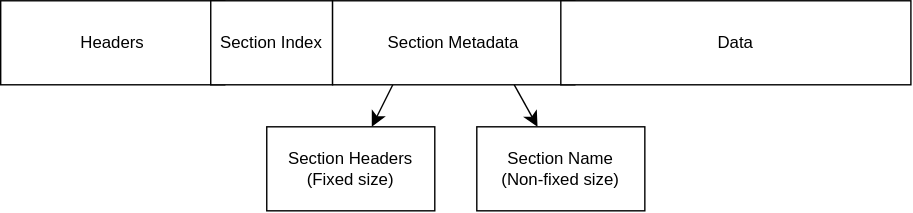
Above: assets/fig-3.2-struct-pke.svg in RainSTR-Studio/proka-docs (draw.io), before the change. Source tidied: cells renumbered, new cells last; positions are measured from the earlier drawing's top-left corner, leaving out a move shared by most shapes.
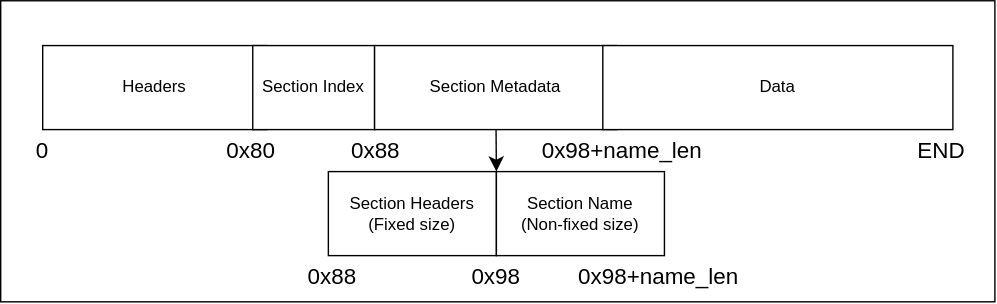
Above is the later version.

Commit message:
feat: updated the note and figures

Change to the diagram source:
```diff
@@ -2,31 +2,53 @@
   <root>
     <mxCell id="0" />
     <mxCell id="1" parent="0" />
+    <mxCell id="10" style="whiteSpace=wrap;html=1;" parent="1" vertex="1">
+      <mxGeometry x="-30" y="-32" width="710" height="215" as="geometry" />
+    </mxCell>
     <mxCell id="2" value="Headers" style="whiteSpace=wrap;html=1;rotation=0;" parent="1" vertex="1">
       <mxGeometry width="160" height="60" as="geometry" />
     </mxCell>
     <mxCell id="3" value="Section Index" style="whiteSpace=wrap;html=1;" parent="1" vertex="1">
       <mxGeometry x="150" width="87" height="60" as="geometry" />
     </mxCell>
-    <mxCell id="4" style="edgeStyle=none;curved=1;rounded=0;curveGeometry=1;jettySize=auto;html=1;fontSize=12;defaultLabelBackgroundColor=page;labelPadding=0 4;startSize=8;endSize=8;" parent="1" edge="1" target="7">
-      <mxGeometry relative="1" as="geometry">
-        <mxPoint x="280" y="60" as="sourcePoint" />
-      </mxGeometry>
-    </mxCell>
+    <mxCell id="6" style="edgeStyle=none;curved=1;rounded=0;curveGeometry=1;jettySize=auto;html=1;fontSize=12;defaultLabelBackgroundColor=page;labelPadding=0 4;startSize=8;endSize=8;entryX=0;entryY=0;entryDx=0;entryDy=0;" parent="1" edge="1" source="5" target="9">
+      <mxGeometry relative="1" as="geometry" />
+    </mxCell>
     <mxCell id="5" value="Section Metadata" style="whiteSpace=wrap;html=1;" parent="1" vertex="1">
       <mxGeometry x="237" width="173" height="60" as="geometry" />
     </mxCell>
-    <mxCell id="6" style="edgeStyle=none;curved=1;rounded=0;curveGeometry=1;jettySize=auto;html=1;fontSize=12;defaultLabelBackgroundColor=page;labelPadding=0 4;startSize=8;endSize=8;exitX=0.75;exitY=1;exitDx=0;exitDy=0;" parent="1" edge="1" source="5" target="9">
-      <mxGeometry relative="1" as="geometry" />
-    </mxCell>
     <mxCell id="7" value="Section Headers&lt;div&gt;(Fixed size)&lt;/div&gt;" style="whiteSpace=wrap;html=1;direction=west;" parent="1" vertex="1">
-      <mxGeometry x="190" y="90" width="120" height="60" as="geometry" />
+      <mxGeometry x="204" y="90" width="120" height="60" as="geometry" />
     </mxCell>
     <mxCell id="8" value="Data" style="whiteSpace=wrap;html=1;" parent="1" vertex="1">
       <mxGeometry x="400" width="250" height="60" as="geometry" />
     </mxCell>
     <mxCell id="9" value="Section Name&lt;div&gt;(Non-fixed size)&lt;/div&gt;" style="whiteSpace=wrap;html=1;" parent="1" vertex="1">
-      <mxGeometry x="340" y="90" width="120" height="60" as="geometry" />
+      <mxGeometry x="324" y="90" width="120" height="60" as="geometry" />
     </mxCell>
+    <mxCell id="11" value="0x80" style="text;html=1;whiteSpace=wrap;strokeColor=none;fillColor=none;align=center;verticalAlign=middle;rounded=0;fontSize=16;" parent="1" vertex="1">
+      <mxGeometry x="119" y="60" width="60" height="30" as="geometry" />
+    </mxCell>
+    <mxCell id="12" value="0" style="text;html=1;whiteSpace=wrap;strokeColor=none;fillColor=none;align=center;verticalAlign=middle;rounded=0;fontSize=16;" parent="1" vertex="1">
+      <mxGeometry x="-30" y="60" width="60" height="30" as="geometry" />
+    </mxCell>
+    <mxCell id="13" value="0x88" style="text;html=1;whiteSpace=wrap;strokeColor=none;fillColor=none;align=center;verticalAlign=middle;rounded=0;fontSize=16;" parent="1" vertex="1">
+      <mxGeometry x="208" y="60" width="60" height="30" as="geometry" />
+    </mxCell>
+    <mxCell id="14" value="0x88" style="text;html=1;whiteSpace=wrap;strokeColor=none;fillColor=none;align=center;verticalAlign=middle;rounded=0;fontSize=16;" parent="1" vertex="1">
+      <mxGeometry x="177" y="150" width="60" height="30" as="geometry" />
+    </mxCell>
+    <mxCell id="15" value="0x98" style="text;html=1;whiteSpace=wrap;strokeColor=none;fillColor=none;align=center;verticalAlign=middle;rounded=0;fontSize=16;" parent="1" vertex="1">
+      <mxGeometry x="293.5" y="150" width="60" height="30" as="geometry" />
+    </mxCell>
+    <mxCell id="16" value="0x98+name_len" style="text;html=1;whiteSpace=wrap;strokeColor=none;fillColor=none;align=center;verticalAlign=middle;rounded=0;fontSize=16;" parent="1" vertex="1">
+      <mxGeometry x="410" y="150" width="60" height="30" as="geometry" />
+    </mxCell>
+    <mxCell id="17" value="END" style="text;html=1;whiteSpace=wrap;strokeColor=none;fillColor=none;align=center;verticalAlign=middle;rounded=0;fontSize=16;" parent="1" vertex="1">
+      <mxGeometry x="612" y="60" width="60" height="30" as="geometry" />
+    </mxCell>
+    <mxCell id="18" value="0x98+name_len" style="text;html=1;whiteSpace=wrap;strokeColor=none;fillColor=none;align=center;verticalAlign=middle;rounded=0;fontSize=16;" parent="1" vertex="1">
+      <mxGeometry x="384" y="60" width="60" height="30" as="geometry" />
+    </mxCell>
   </root>
 </mxGraphModel>
```
